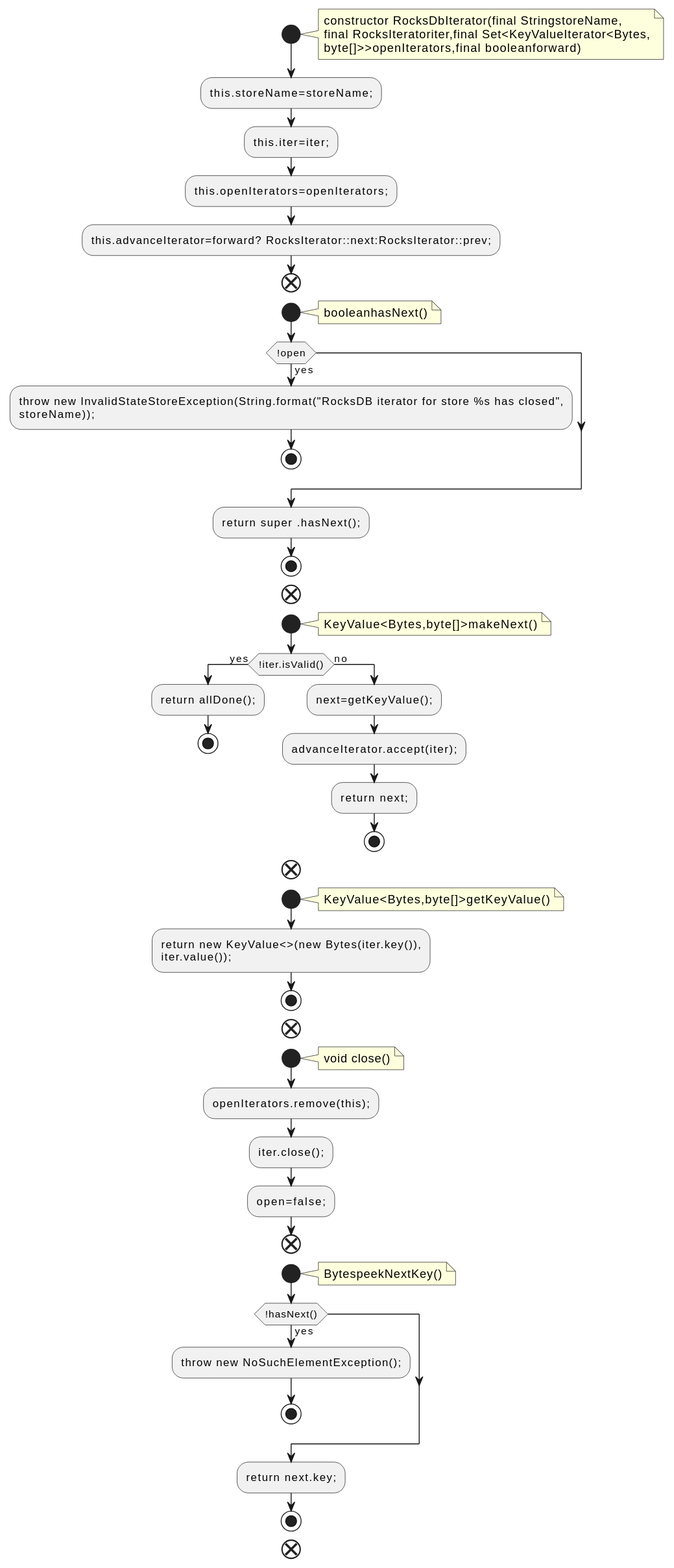
This is docs/qc/streams/src/main/java/org/apache/kafka/streams/state/internals/RocksDbIterator.java.fct.svg from qualitesys/kafka, a PlantUML export, as it was before one commit.
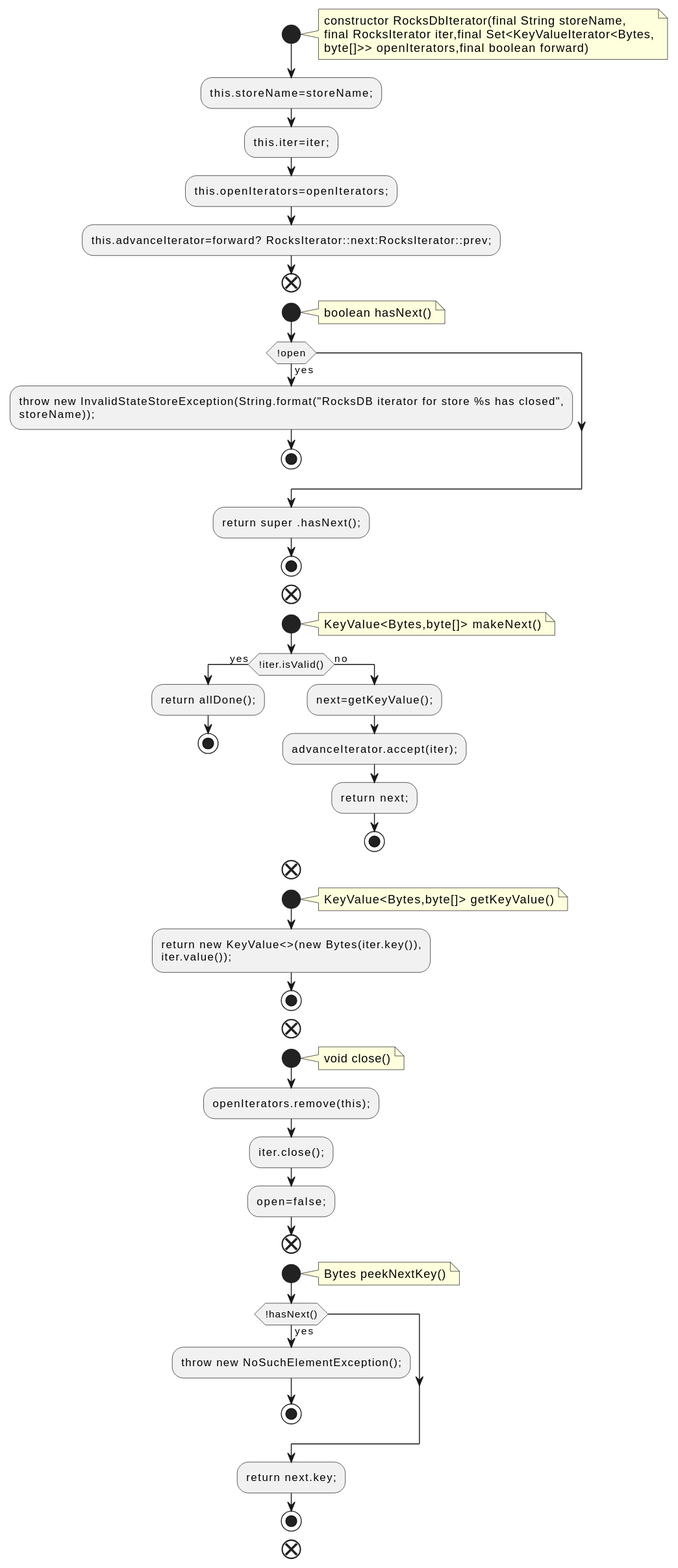
After the commit.

What changed in the source:
```diff
@@ -2,9 +2,9 @@
 !pragma layout smetana
 start
 note right
-constructor RocksDbIterator(final StringstoreName,
-final RocksIteratoriter,final Set<KeyValueIterator<Bytes,
-byte[]>>openIterators,final booleanforward)
+constructor RocksDbIterator(final String storeName,
+final RocksIterator iter,final Set<KeyValueIterator<Bytes,
+byte[]>> openIterators,final boolean forward)
 end note
 :this.storeName=storeName;;
 :this.iter=iter;;
@@ -13,7 +13,7 @@
 end
 start
 note right
-booleanhasNext()
+boolean hasNext()
 end note
 if (!open) then (yes)
 :throw new InvalidStateStoreException(String.format("RocksDB iterator for store %s has closed",
@@ -25,7 +25,7 @@
 end
 start
 note right
-KeyValue<Bytes,byte[]>makeNext()
+KeyValue<Bytes,byte[]> makeNext()
 end note
 if (!iter.isValid()) then (yes)
 :return allDone();;
@@ -39,7 +39,7 @@
 end
 start
 note right
-KeyValue<Bytes,byte[]>getKeyValue()
+KeyValue<Bytes,byte[]> getKeyValue()
 end note
 :return new KeyValue<>(new Bytes(iter.key()),
 iter.value());;
@@ -55,7 +55,7 @@
 end
 start
 note right
-BytespeekNextKey()
+Bytes peekNextKey()
 end note
 if (!hasNext()) then (yes)
 :throw new NoSuchElementException();;
```
